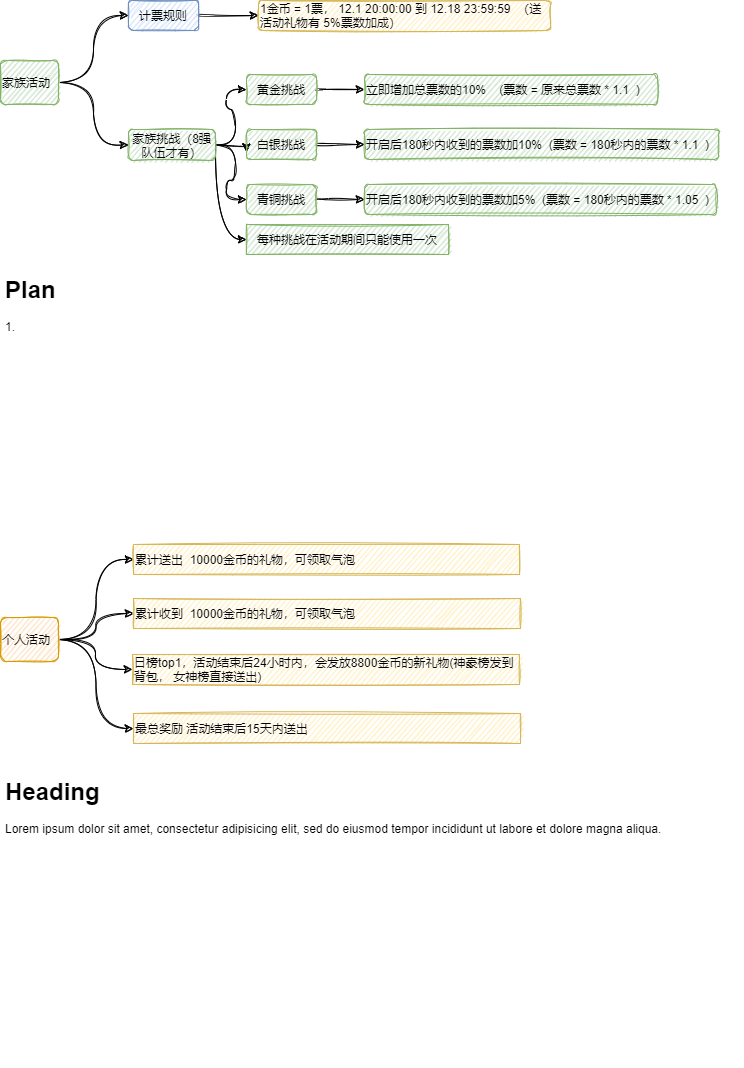
Earlier version of the draw.io export 顽皮-年度活动.png (171437912/drawfiles). Source tidied: cells renumbered, new cells last; positions are measured from the earlier drawing's top-left corner, leaving out a move shared by most shapes.
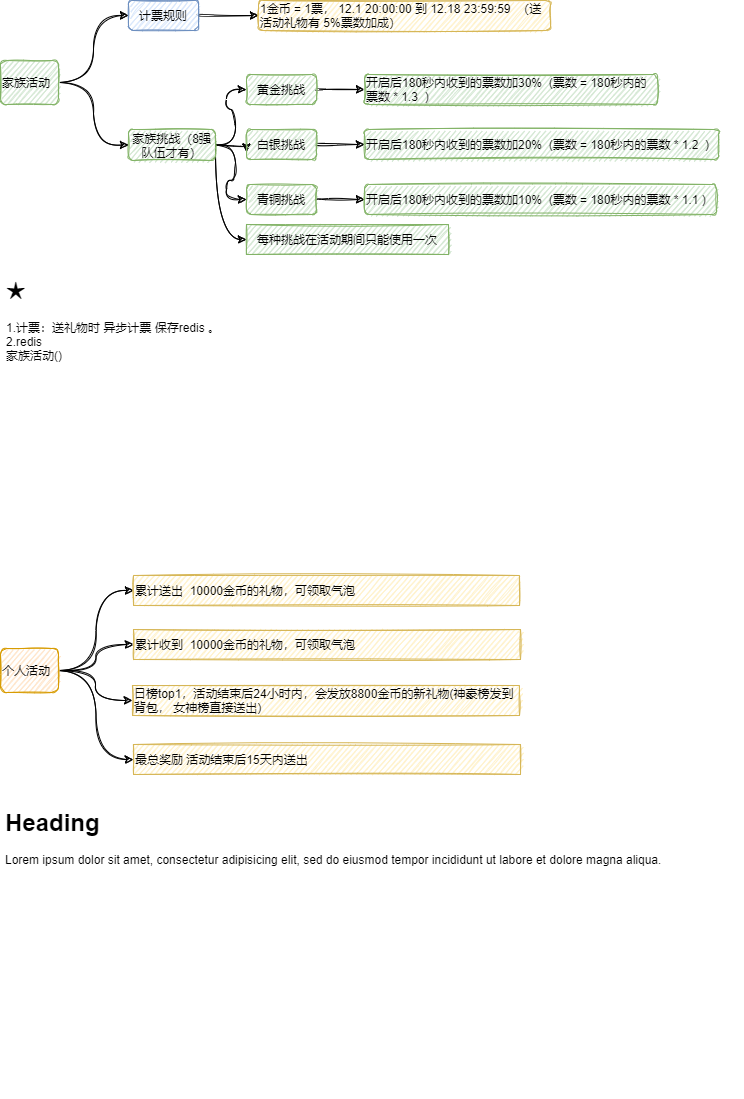
The same diagram one commit later.

Commit message:
更新顽皮-年度活动.png

Diff of the diagram source:
```diff
@@ -48,13 +48,13 @@
     <mxCell id="15" value="青铜挑战" style="whiteSpace=wrap;html=1;fillColor=#d5e8d4;strokeColor=#82b366;sketch=1;rounded=1;" parent="1" vertex="1">
       <mxGeometry x="246" y="184" width="70" height="30" as="geometry" />
     </mxCell>
-    <mxCell id="16" value="立即增加总票数的10%&amp;nbsp; &amp;nbsp; (票数 = 原来总票数 * 1.1&amp;nbsp; )" style="text;html=1;strokeColor=#82b366;fillColor=#d5e8d4;align=left;verticalAlign=middle;whiteSpace=wrap;sketch=1;rounded=1;" parent="1" vertex="1">
+    <mxCell id="16" value="开启后180秒内收到的票数加30%&amp;nbsp; (票数 = 180秒内的票数 * 1.3&amp;nbsp; )" style="text;html=1;strokeColor=#82b366;fillColor=#d5e8d4;align=left;verticalAlign=middle;whiteSpace=wrap;sketch=1;rounded=1;" parent="1" vertex="1">
       <mxGeometry x="364" y="74" width="293" height="30" as="geometry" />
     </mxCell>
-    <mxCell id="17" value="开启后180秒内收到的票数加10%&amp;nbsp; (票数 = 180秒内的票数 * 1.1&amp;nbsp; )" style="text;html=1;strokeColor=#82b366;fillColor=#d5e8d4;align=left;verticalAlign=middle;whiteSpace=wrap;sketch=1;rounded=1;" parent="1" vertex="1">
+    <mxCell id="17" value="开启后180秒内收到的票数加20%&amp;nbsp; (票数 = 180秒内的票数 * 1.2&amp;nbsp; )" style="text;html=1;strokeColor=#82b366;fillColor=#d5e8d4;align=left;verticalAlign=middle;whiteSpace=wrap;sketch=1;rounded=1;" parent="1" vertex="1">
       <mxGeometry x="364" y="129" width="354" height="30" as="geometry" />
     </mxCell>
-    <mxCell id="18" value="开启后180秒内收到的票数加5%&amp;nbsp; (票数 = 180秒内的票数 * 1.05&amp;nbsp; )" style="text;html=1;strokeColor=#82b366;fillColor=#d5e8d4;align=left;verticalAlign=middle;whiteSpace=wrap;sketch=1;rounded=1;" parent="1" vertex="1">
+    <mxCell id="18" value="开启后180秒内收到的票数加10%&amp;nbsp; (票数 = 180秒内的票数 * 1.1 )" style="text;html=1;strokeColor=#82b366;fillColor=#d5e8d4;align=left;verticalAlign=middle;whiteSpace=wrap;sketch=1;rounded=1;" parent="1" vertex="1">
       <mxGeometry x="364" y="184" width="352" height="30" as="geometry" />
     </mxCell>
     <mxCell id="19" style="edgeStyle=orthogonalEdgeStyle;jettySize=auto;html=1;exitX=1;exitY=0.5;exitDx=0;exitDy=0;entryX=0;entryY=0.5;entryDx=0;entryDy=0;sketch=1;curved=1;" parent="1" edge="1" source="21" target="8">
@@ -82,25 +82,25 @@
       <mxGeometry relative="1" as="geometry" />
     </mxCell>
     <mxCell id="27" value="个人活动" style="whiteSpace=wrap;html=1;align=left;fillColor=#ffe6cc;strokeColor=#d79b00;sketch=1;rounded=1;" parent="1" vertex="1">
-      <mxGeometry y="617" width="58" height="44" as="geometry" />
+      <mxGeometry y="648" width="58" height="44" as="geometry" />
     </mxCell>
     <mxCell id="28" value="累计送出&amp;nbsp; 10000金币的礼物，可领取气泡" style="text;html=1;strokeColor=#d6b656;fillColor=#fff2cc;align=left;verticalAlign=middle;whiteSpace=wrap;rounded=0;sketch=1;" parent="1" vertex="1">
-      <mxGeometry x="133" y="544" width="386" height="30" as="geometry" />
+      <mxGeometry x="133" y="575" width="386" height="30" as="geometry" />
     </mxCell>
     <mxCell id="29" value="累计收到&amp;nbsp; 10000金币的礼物，可领取气泡" style="text;html=1;strokeColor=#d6b656;fillColor=#fff2cc;align=left;verticalAlign=middle;whiteSpace=wrap;rounded=0;sketch=1;" parent="1" vertex="1">
-      <mxGeometry x="133" y="598" width="387" height="30" as="geometry" />
+      <mxGeometry x="133" y="629" width="387" height="30" as="geometry" />
     </mxCell>
     <mxCell id="30" value="日榜top1，活动结束后24小时内，会发放8800金币的新礼物(神豪榜发到背包， 女神榜直接送出)" style="text;html=1;strokeColor=#d6b656;fillColor=#fff2cc;align=left;verticalAlign=middle;whiteSpace=wrap;rounded=0;sketch=1;" parent="1" vertex="1">
-      <mxGeometry x="132" y="654" width="387" height="30" as="geometry" />
+      <mxGeometry x="132" y="685" width="387" height="30" as="geometry" />
     </mxCell>
     <mxCell id="31" value="最总奖励 活动结束后15天内送出" style="text;html=1;strokeColor=#d6b656;fillColor=#fff2cc;align=left;verticalAlign=middle;whiteSpace=wrap;rounded=0;sketch=1;" parent="1" vertex="1">
-      <mxGeometry x="133" y="713" width="387" height="30" as="geometry" />
+      <mxGeometry x="133" y="744" width="387" height="30" as="geometry" />
     </mxCell>
-    <mxCell id="32" value="&lt;h1&gt;Plan&lt;/h1&gt;&lt;p&gt;1.&lt;/p&gt;" style="text;html=1;strokeColor=none;fillColor=none;spacing=5;spacingTop=-20;whiteSpace=wrap;overflow=hidden;rounded=0;sketch=1;align=left;" parent="1" vertex="1">
-      <mxGeometry y="270" width="743" height="232" as="geometry" />
+    <mxCell id="32" value="&lt;h1&gt;★&lt;/h1&gt;&lt;div&gt;1.计票：送礼物时 异步计票 保存redis 。&lt;/div&gt;&lt;div&gt;2.redis&lt;br&gt;家族活动()&lt;/div&gt;" style="text;html=1;strokeColor=none;fillColor=none;spacing=5;spacingTop=-20;whiteSpace=wrap;overflow=hidden;rounded=0;sketch=1;align=left;" parent="1" vertex="1">
+      <mxGeometry x="1" y="271" width="742" height="262" as="geometry" />
     </mxCell>
     <mxCell id="33" value="&lt;h1&gt;Heading&lt;/h1&gt;&lt;p&gt;Lorem ipsum dolor sit amet, consectetur adipisicing elit, sed do eiusmod tempor incididunt ut labore et dolore magna aliqua.&lt;/p&gt;" style="text;html=1;strokeColor=none;fillColor=none;spacing=5;spacingTop=-20;whiteSpace=wrap;overflow=hidden;rounded=0;sketch=1;align=left;" parent="1" vertex="1">
-      <mxGeometry y="772" width="725" height="295" as="geometry" />
+      <mxGeometry y="803" width="725" height="295" as="geometry" />
     </mxCell>
   </root>
 </mxGraphModel>
```
